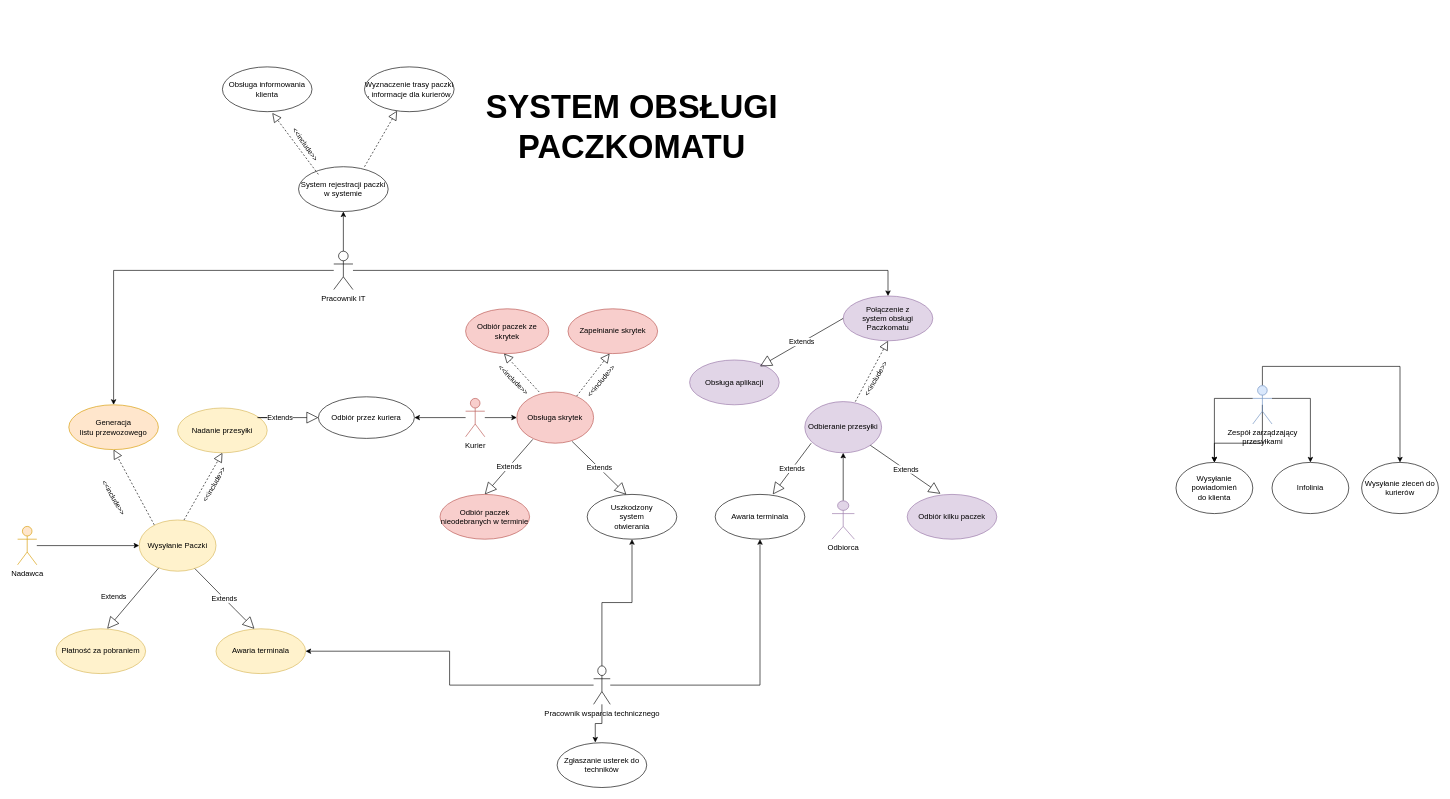
Earlier version of the draw.io diagram diagram.drawio (mardyr/UML-and-diagrams). Source tidied: cells renumbered, new cells numbered last; positions are measured from the earlier drawing's top-left corner, leaving out a move shared by most shapes. Both pictures are drawn from the tidied source at 64%, with x=0, y=0 at pixel (17, 67).
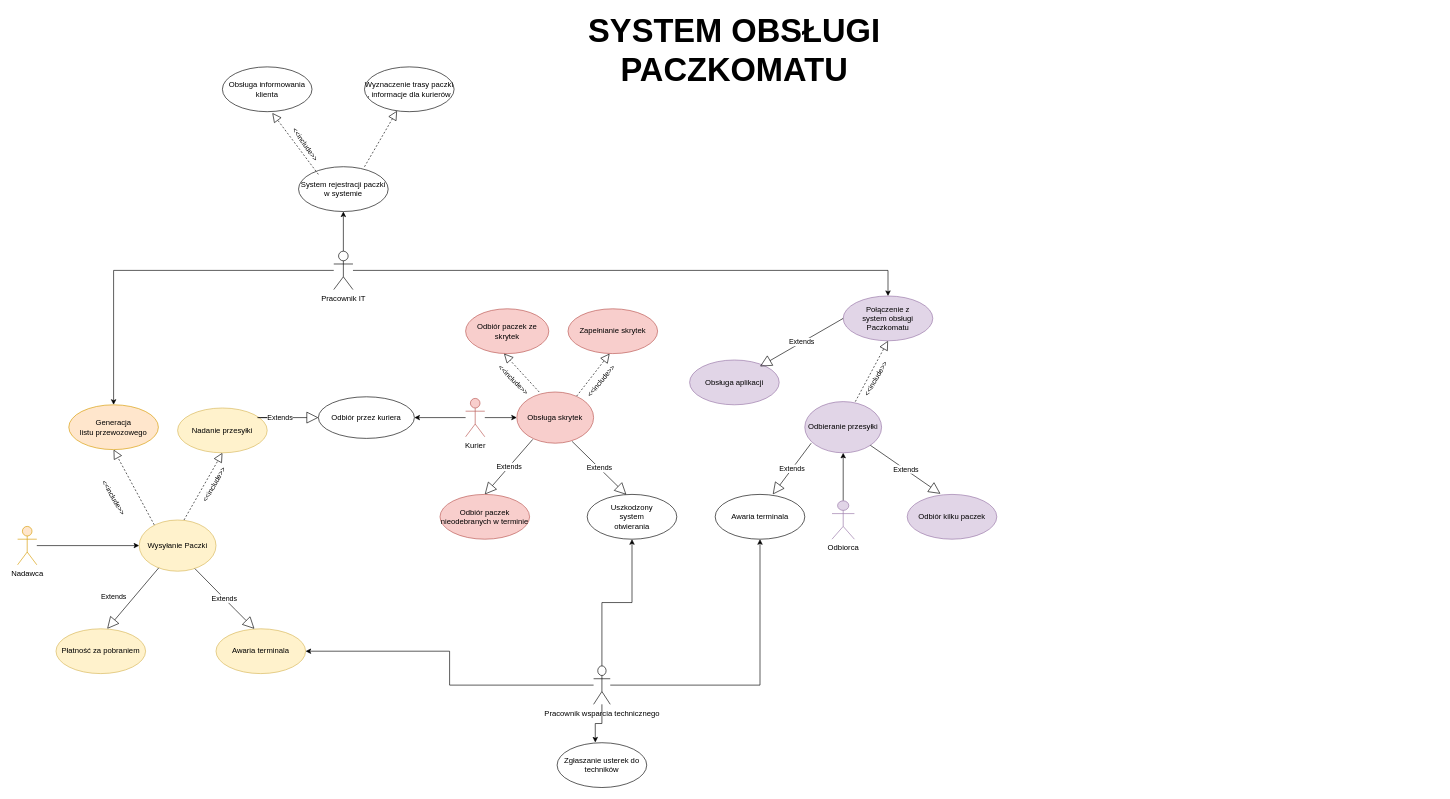
After the change.

Commit message:
Update Parcel Loker diagram.drawio

Diff of the diagram source:
```diff
@@
-    <mxCell id="9" value="&lt;div&gt;Wysyłanie powiadomień&lt;/div&gt;&lt;div&gt;do klienta&lt;br&gt;&lt;/div&gt;" style="ellipse;whiteSpace=wrap;html=1;strokeWidth=1;fontSize=12;" parent="1" vertex="1">
-      <mxGeometry x="1810" y="618" width="120" height="80" as="geometry" />
-    </mxCell>
-    <mxCell id="10" value="Infolinia" style="ellipse;whiteSpace=wrap;html=1;strokeWidth=1;fontSize=12;" parent="1" vertex="1">
-      <mxGeometry x="1960" y="618" width="120" height="80" as="geometry" />
-    </mxCell>
-    <mxCell id="11" style="edgeStyle=orthogonalEdgeStyle;rounded=0;jettySize=auto;html=1;exitX=1;exitY=0.3333333333333333;exitDx=0;exitDy=0;exitPerimeter=0;entryX=0.5;entryY=0;entryDx=0;entryDy=0;fontSize=12;" parent="1" edge="1" source="15" target="10">
-      <mxGeometry relative="1" as="geometry" />
-    </mxCell>
-    <mxCell id="12" style="edgeStyle=orthogonalEdgeStyle;rounded=0;jettySize=auto;html=1;exitX=0;exitY=0.3333333333333333;exitDx=0;exitDy=0;exitPerimeter=0;fontSize=12;" parent="1" edge="1" source="15" target="9">
-      <mxGeometry relative="1" as="geometry" />
-    </mxCell>
-    <mxCell id="13" style="edgeStyle=orthogonalEdgeStyle;rounded=0;jettySize=auto;html=1;fontSize=12;" parent="1" edge="1" source="15" target="16">
-      <mxGeometry relative="1" as="geometry">
-        <Array as="points">
-          <mxPoint x="1945" y="468" />
-          <mxPoint x="2160" y="468" />
-        </Array>
-      </mxGeometry>
-    </mxCell>
-    <mxCell id="14" style="edgeStyle=orthogonalEdgeStyle;rounded=0;jettySize=auto;html=1;exitX=0.5;exitY=0.5;exitDx=0;exitDy=0;exitPerimeter=0;" parent="1" edge="1" source="15" target="9">
-      <mxGeometry relative="1" as="geometry" />
-    </mxCell>
-    <mxCell id="15" value="&lt;div&gt;Zespół zarządzający &lt;br&gt;&lt;/div&gt;&lt;div&gt;przesyłkami&lt;br&gt;&lt;/div&gt;" style="shape=umlActor;verticalLabelPosition=bottom;verticalAlign=top;html=1;outlineConnect=0;strokeWidth=1;fontSize=12;fillColor=#dae8fc;strokeColor=#6c8ebf;" parent="1" vertex="1">
-      <mxGeometry x="1930" y="498" width="30" height="60" as="geometry" />
-    </mxCell>
-    <mxCell id="16" value="Wysyłanie zleceń do kurierów" style="ellipse;whiteSpace=wrap;html=1;strokeWidth=1;fontSize=12;" parent="1" vertex="1">
-      <mxGeometry x="2100" y="618" width="120" height="80" as="geometry" />
-    </mxCell>
@@
     <mxCell id="51" value="&lt;font style=&quot;font-size: 51px&quot;&gt;&lt;b&gt;&lt;font style=&quot;font-size: 51px&quot;&gt;SYSTEM OBSŁUGI PACZKOMATU&lt;/font&gt;&lt;/b&gt;&lt;/font&gt;" style="text;html=1;strokeColor=none;fillColor=none;align=center;verticalAlign=middle;whiteSpace=wrap;rounded=0;" parent="1" vertex="1">
-      <mxGeometry x="601" y="84" width="718" height="20" as="geometry" />
+      <mxGeometry x="761" y="-36" width="718" height="20" as="geometry" />
     </mxCell>
```
